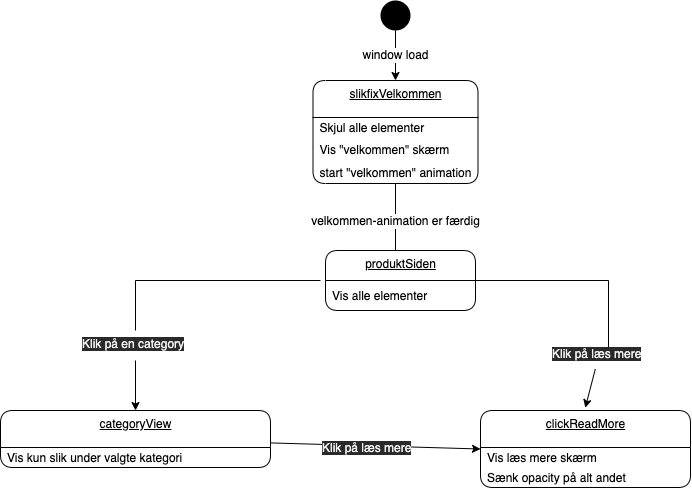
Above: slikfix_state_machine.drawio.png in FrejaFischer/Passionsite (draw.io), before the change. Source tidied: cells renumbered, new cells last; positions are measured from the earlier drawing's top-left corner, leaving out a move shared by most shapes.
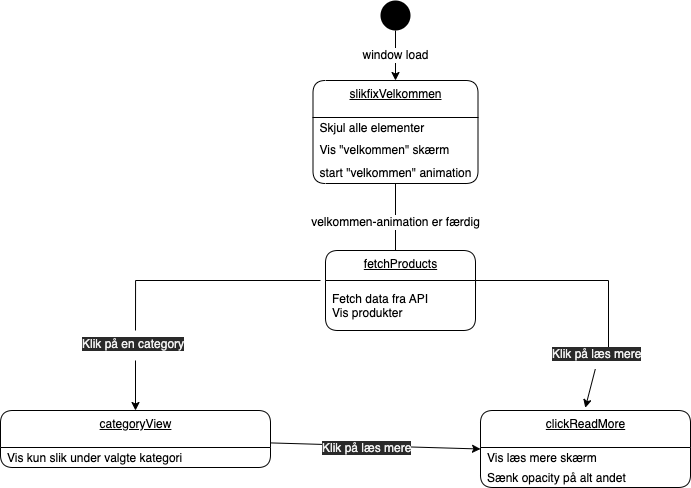
After the change.

Commit message:
Ændring i state machine

The edit, as a diff of the source:
```diff
@@ -43,11 +43,11 @@
     <mxCell id="14" value="Sænk opacity på alt andet" style="fillColor=none;strokeColor=none;align=left;verticalAlign=middle;spacingLeft=5;" parent="12" vertex="1">
       <mxGeometry y="57" width="210" height="20" as="geometry" />
     </mxCell>
-    <mxCell id="15" value="produktSiden" style="swimlane;fontStyle=4;align=center;verticalAlign=top;horizontal=1;startSize=30;html=1;rounded=1;absoluteArcSize=1;arcSize=25;" parent="1" vertex="1">
-      <mxGeometry x="325" y="250" width="150" height="60" as="geometry" />
+    <mxCell id="15" value="fetchProducts" style="swimlane;fontStyle=4;align=center;verticalAlign=top;horizontal=1;startSize=30;html=1;rounded=1;absoluteArcSize=1;arcSize=25;" parent="1" vertex="1">
+      <mxGeometry x="325" y="250" width="150" height="80" as="geometry" />
     </mxCell>
-    <mxCell id="16" value="Vis alle elementer" style="fillColor=none;strokeColor=none;align=left;verticalAlign=middle;spacingLeft=5;" parent="15" vertex="1">
-      <mxGeometry y="30" width="150" height="30" as="geometry" />
+    <mxCell id="16" value="Fetch data fra API&#10;Vis produkter" style="fillColor=none;strokeColor=none;align=left;verticalAlign=middle;spacingLeft=5;" parent="15" vertex="1">
+      <mxGeometry y="30" width="150" height="50" as="geometry" />
     </mxCell>
     <mxCell id="17" style="edgeStyle=orthogonalEdgeStyle;rounded=0;jettySize=auto;html=1;entryX=0.5;entryY=0;entryDx=0;entryDy=0;endArrow=none;" parent="1" edge="1" target="19">
       <mxGeometry x="1" y="110" relative="1" as="geometry">
@@ -68,7 +68,7 @@
       <mxGeometry x="1" y="110" relative="1" as="geometry">
         <mxPoint x="602.5" y="350" as="targetPoint" />
         <Array as="points">
-          <mxPoint x="470" y="280" />
+          <mxPoint x="475" y="280" />
           <mxPoint x="608" y="280" />
           <mxPoint x="608" y="350" />
         </Array>
```
